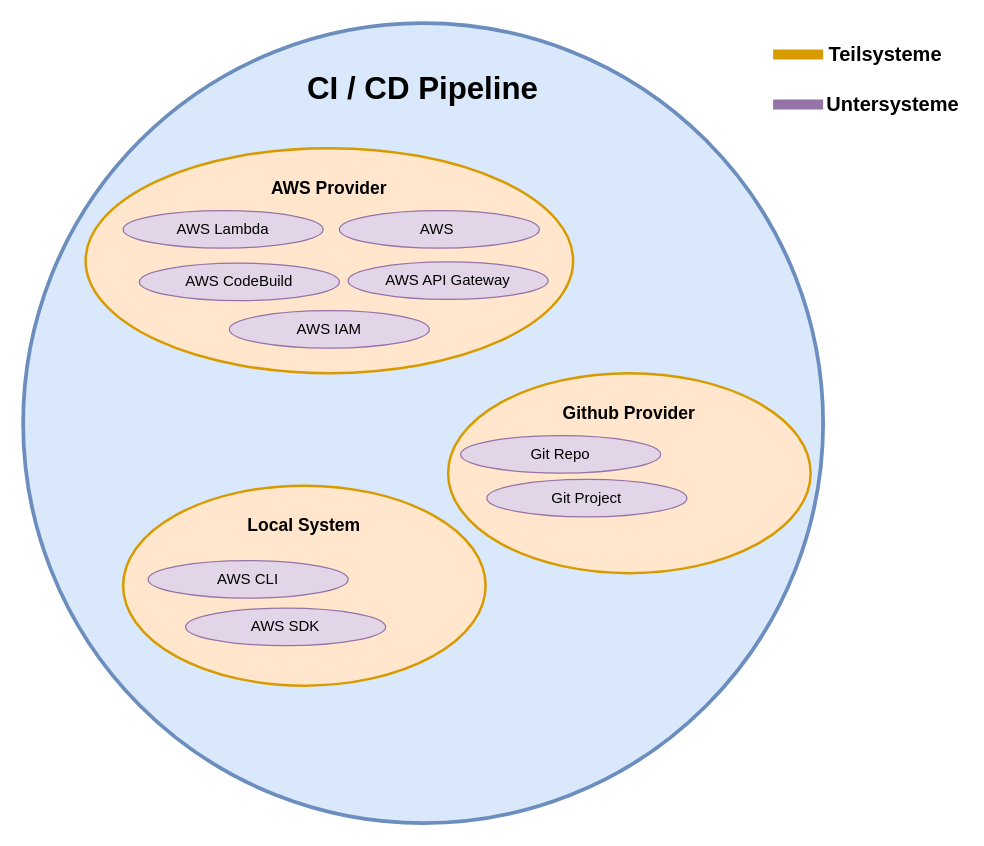
Above: bilder/Unter-Teilsystem.drawio in blro-ep/ITCNE23-SEM-III (draw.io), before the change. Source tidied: cells renumbered, new cells numbered last; positions are measured from the earlier drawing's top-left corner, leaving out a move shared by most shapes. Both pictures are drawn from the tidied source at 125%, with x=0, y=0 at pixel (22, 22).
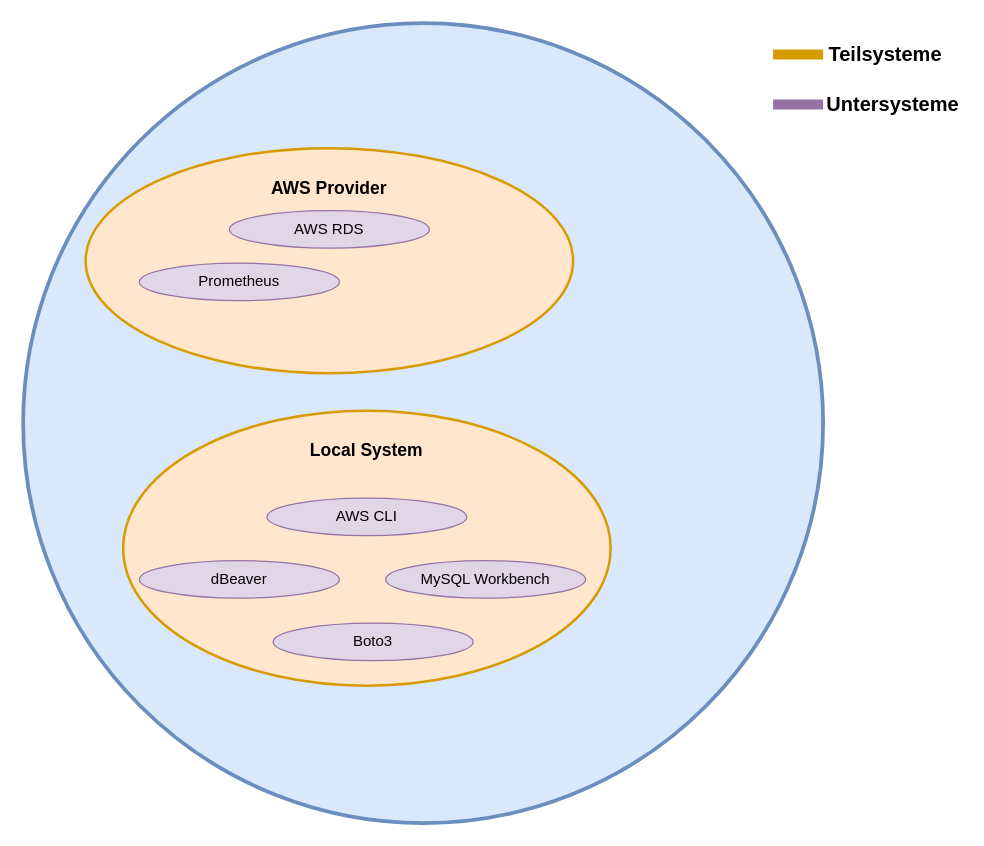
Above is the later version.

The edit, as a diff of the source:
```diff
@@
-    <mxCell id="2" value="&lt;font style=&quot;font-size: 25px;&quot;&gt;&lt;b&gt;&lt;br&gt;CI / CD Pipeline&lt;/b&gt;&lt;/font&gt;" style="ellipse;whiteSpace=wrap;html=1;verticalAlign=top;fillColor=#dae8fc;strokeColor=#6c8ebf;strokeWidth=3;" parent="1" vertex="1">
+    <mxCell id="2" value="&lt;div&gt;&lt;br&gt;&lt;/div&gt;" style="ellipse;whiteSpace=wrap;html=1;verticalAlign=top;fillColor=#dae8fc;strokeColor=#6c8ebf;strokeWidth=3;" parent="1" vertex="1">
       <mxGeometry width="640" height="640" as="geometry" />
     </mxCell>
@@
     <mxCell id="4" value="&lt;font style=&quot;font-size: 14px;&quot;&gt;&lt;b&gt;&lt;br&gt;Local System&lt;br&gt;&lt;/b&gt;&lt;/font&gt;" style="ellipse;whiteSpace=wrap;html=1;verticalAlign=top;fillColor=#ffe6cc;strokeColor=#d79b00;strokeWidth=2;" parent="1" vertex="1">
-      <mxGeometry x="80" y="370" width="290" height="160" as="geometry" />
+      <mxGeometry x="80" y="310" width="390" height="220" as="geometry" />
     </mxCell>
-    <mxCell id="5" value="&lt;font style=&quot;font-size: 14px;&quot;&gt;&lt;b&gt;&lt;br&gt;Github Provider&lt;/b&gt;&lt;/font&gt;" style="ellipse;whiteSpace=wrap;html=1;verticalAlign=top;fillColor=#ffe6cc;strokeColor=#d79b00;strokeWidth=2;" parent="1" vertex="1">
-      <mxGeometry x="340" y="280" width="290" height="160" as="geometry" />
-    </mxCell>
-    <mxCell id="6" value="AWS Lambda" style="ellipse;whiteSpace=wrap;html=1;fillColor=#e1d5e7;strokeColor=#9673a6;" parent="1" vertex="1">
-      <mxGeometry x="80" y="150" width="160" height="30" as="geometry" />
+    <mxCell id="6" value="AWS RDS" style="ellipse;whiteSpace=wrap;html=1;fillColor=#e1d5e7;strokeColor=#9673a6;" parent="1" vertex="1">
+      <mxGeometry x="165" y="150" width="160" height="30" as="geometry" />
     </mxCell>
-    <mxCell id="7" value="Git Repo" style="ellipse;whiteSpace=wrap;html=1;fillColor=#e1d5e7;strokeColor=#9673a6;" parent="1" vertex="1">
-      <mxGeometry x="350" y="330" width="160" height="30" as="geometry" />
+    <mxCell id="7" value="dBeaver" style="ellipse;whiteSpace=wrap;html=1;fillColor=#e1d5e7;strokeColor=#9673a6;" parent="1" vertex="1">
+      <mxGeometry x="93" y="430" width="160" height="30" as="geometry" />
     </mxCell>
-    <mxCell id="8" value="AWS CodeBuild" style="ellipse;whiteSpace=wrap;html=1;fillColor=#e1d5e7;strokeColor=#9673a6;" parent="1" vertex="1">
+    <mxCell id="8" value="Prometheus" style="ellipse;whiteSpace=wrap;html=1;fillColor=#e1d5e7;strokeColor=#9673a6;" parent="1" vertex="1">
       <mxGeometry x="93" y="192" width="160" height="30" as="geometry" />
     </mxCell>
     <mxCell id="9" value="AWS CLI" style="ellipse;whiteSpace=wrap;html=1;fillColor=#e1d5e7;strokeColor=#9673a6;" parent="1" vertex="1">
-      <mxGeometry x="100" y="430" width="160" height="30" as="geometry" />
+      <mxGeometry x="195" y="380" width="160" height="30" as="geometry" />
     </mxCell>
-    <mxCell id="10" value="AWS SDK" style="ellipse;whiteSpace=wrap;html=1;fillColor=#e1d5e7;strokeColor=#9673a6;" parent="1" vertex="1">
-      <mxGeometry x="130" y="468" width="160" height="30" as="geometry" />
+    <mxCell id="10" value="Boto3" style="ellipse;whiteSpace=wrap;html=1;fillColor=#e1d5e7;strokeColor=#9673a6;" parent="1" vertex="1">
+      <mxGeometry x="200" y="480" width="160" height="30" as="geometry" />
     </mxCell>
-    <mxCell id="11" value="Git Project" style="ellipse;whiteSpace=wrap;html=1;fillColor=#e1d5e7;strokeColor=#9673a6;" parent="1" vertex="1">
-      <mxGeometry x="371" y="365" width="160" height="30" as="geometry" />
+    <mxCell id="11" value="MySQL Workbench" style="ellipse;whiteSpace=wrap;html=1;fillColor=#e1d5e7;strokeColor=#9673a6;" parent="1" vertex="1">
+      <mxGeometry x="290" y="430" width="160" height="30" as="geometry" />
     </mxCell>
@@
-    <mxCell id="16" value="AWS IAM" style="ellipse;whiteSpace=wrap;html=1;fillColor=#e1d5e7;strokeColor=#9673a6;" parent="1" vertex="1">
-      <mxGeometry x="165" y="230" width="160" height="30" as="geometry" />
-    </mxCell>
-    <mxCell id="17" value="AWS&amp;nbsp;" style="ellipse;whiteSpace=wrap;html=1;fillColor=#e1d5e7;strokeColor=#9673a6;" parent="1" vertex="1">
-      <mxGeometry x="253" y="150" width="160" height="30" as="geometry" />
-    </mxCell>
-    <mxCell id="18" value="AWS API Gateway" style="ellipse;whiteSpace=wrap;html=1;fillColor=#e1d5e7;strokeColor=#9673a6;" parent="1" vertex="1">
-      <mxGeometry x="260" y="191" width="160" height="30" as="geometry" />
-    </mxCell>
```
